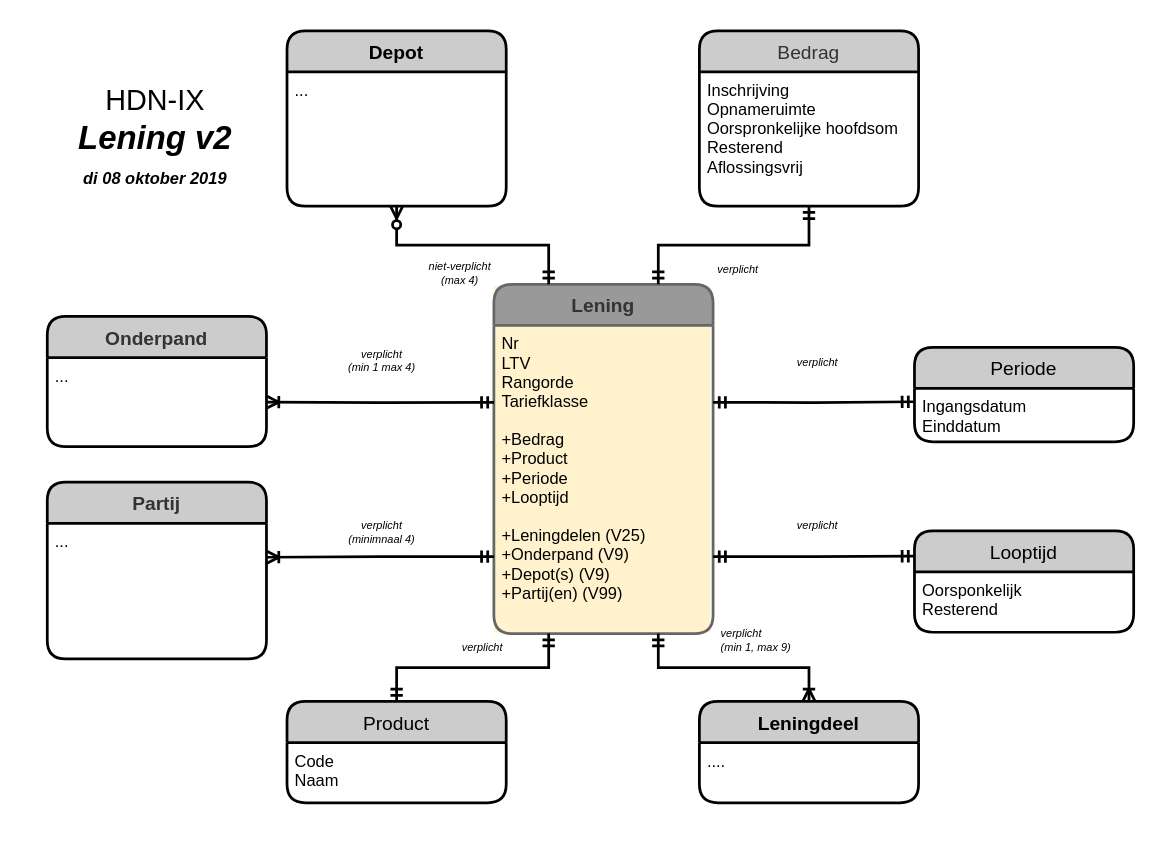
luchthandel/diagrams keeps this draw.io diagram as page "Lening" (5 of 11) of 3rdParty-HDN.drawio. Above is the earlier version. Source tidied: cells renumbered, new cells numbered last; positions are measured from the earlier drawing's top-left corner, leaving out a move shared by most shapes. Both pictures are drawn from the tidied source at 137%, with x=0, y=0 at pixel (45, 30).
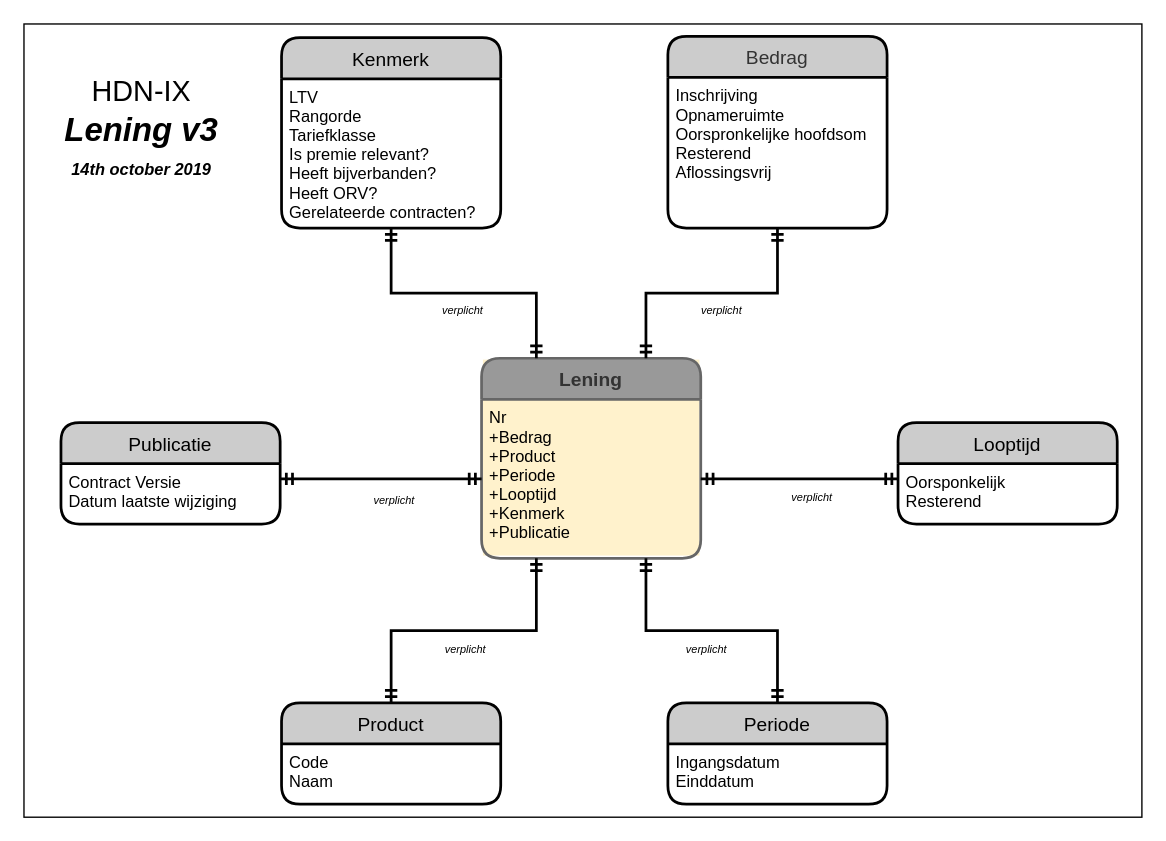
After the change.

The change refers to these unchanged cells:
```xml
<mxCell id="17" value="Oorsponkelijk&#10;Resterend" style="align=left;strokeColor=none;fillColor=none;spacingLeft=4;fontSize=12;verticalAlign=top;" parent="16" vertex="1">
  <mxGeometry y="30" width="160" height="44" as="geometry" />
</mxCell>
```

Change to the diagram source:
```diff
@@
+    <mxCell id="40" style="rounded=0;whiteSpace=wrap;html=1;shadow=0;glass=0;comic=0;fontSize=11;align=center;fillColor=none;" parent="1" vertex="1">
+      <mxGeometry x="-16" y="-5" width="816" height="579" as="geometry" />
+    </mxCell>
     <mxCell id="2" style="rounded=0;whiteSpace=wrap;html=1;dashed=1;fillColor=#fff2cc;strokeColor=none;perimeterSpacing=0;" parent="1" vertex="1">
-      <mxGeometry x="327" y="186" width="158" height="253" as="geometry" />
+      <mxGeometry x="319" y="240" width="158" height="143" as="geometry" />
     </mxCell>
     <mxCell id="3" value="Lening" style="swimlane;horizontal=1;startSize=30;fillColor=#999999;rounded=1;fontSize=14;fontStyle=1;strokeWidth=2;shadow=0;dashed=0;align=center;strokeColor=#666666;fontColor=#333333;" parent="1" vertex="1">
-      <mxGeometry x="327" y="185" width="160" height="255" as="geometry" />
+      <mxGeometry x="318" y="239" width="160" height="146" as="geometry" />
     </mxCell>
-    <mxCell id="4" value="Nr&#10;LTV&#10;Rangorde&#10;Tariefklasse&#10;&#10;+Bedrag&#10;+Product&#10;+Periode&#10;+Looptijd&#10;&#10;+Leningdelen (V25)&#10;+Onderpand (V9)&#10;+Depot(s) (V9)&#10;+Partij(en) (V99)" style="align=left;strokeColor=none;fillColor=none;spacingLeft=4;fontSize=12;verticalAlign=top;" parent="3" vertex="1">
-      <mxGeometry y="30" width="160" height="225" as="geometry" />
+    <mxCell id="4" value="Nr&#10;+Bedrag&#10;+Product&#10;+Periode&#10;+Looptijd&#10;+Kenmerk&#10;+Publicatie&#10;" style="align=left;strokeColor=none;fillColor=none;spacingLeft=4;fontSize=12;verticalAlign=top;" parent="3" vertex="1">
+      <mxGeometry y="30" width="160" height="116" as="geometry" />
     </mxCell>
     <mxCell id="5" value="Product" style="swimlane;horizontal=1;startSize=30;fillColor=#CCCCCC;fontColor=#000000;rounded=1;fontSize=14;fontStyle=0;strokeWidth=2;shadow=0;dashed=0;align=center;strokeColor=#000000;" parent="1" vertex="1">
-      <mxGeometry x="176" y="489.5" width="160" height="74" as="geometry" />
+      <mxGeometry x="172" y="490.5" width="160" height="74" as="geometry" />
     </mxCell>
@@
-    <mxCell id="7" value="Partij" style="swimlane;horizontal=1;startSize=30;fillColor=#CCCCCC;rounded=1;fontSize=14;fontStyle=1;strokeWidth=2;shadow=0;dashed=0;align=center;strokeColor=#000000;fontColor=#333333;" parent="1" vertex="1">
-      <mxGeometry x="1" y="329.5" width="160" height="129" as="geometry" />
-    </mxCell>
-    <mxCell id="8" value="..." style="align=left;strokeColor=none;fillColor=none;spacingLeft=4;fontSize=12;verticalAlign=top;" parent="7" vertex="1">
-      <mxGeometry y="30" width="160" height="99" as="geometry" />
-    </mxCell>
-    <mxCell id="9" style="edgeStyle=orthogonalEdgeStyle;rounded=0;jettySize=auto;html=1;exitX=0;exitY=0.75;exitDx=0;exitDy=0;startArrow=ERmandOne;startFill=0;endArrow=ERoneToMany;endFill=0;strokeWidth=2;fontSize=8;entryX=1;entryY=0.25;entryDx=0;entryDy=0;" parent="1" edge="1" source="4" target="8">
-      <mxGeometry relative="1" as="geometry" />
-    </mxCell>
-    <mxCell id="10" value="Depot" style="swimlane;horizontal=1;startSize=30;fillColor=#CCCCCC;fontColor=#000000;rounded=1;fontSize=14;fontStyle=1;strokeWidth=2;shadow=0;dashed=0;align=center;strokeColor=#000000;" parent="1" vertex="1">
-      <mxGeometry x="176" width="160" height="128" as="geometry" />
-    </mxCell>
-    <mxCell id="11" value="..." style="align=left;strokeColor=none;fillColor=none;spacingLeft=4;fontSize=12;verticalAlign=top;" parent="10" vertex="1">
-      <mxGeometry y="30" width="160" height="98" as="geometry" />
-    </mxCell>
-    <mxCell id="12" value="Onderpand" style="swimlane;horizontal=1;startSize=30;fillColor=#CCCCCC;rounded=1;fontSize=14;fontStyle=1;strokeWidth=2;shadow=0;dashed=0;align=center;strokeColor=#000000;fontColor=#333333;" parent="1" vertex="1">
-      <mxGeometry x="1" y="208.5" width="160" height="95" as="geometry" />
-    </mxCell>
-    <mxCell id="13" value="..." style="align=left;strokeColor=none;fillColor=none;spacingLeft=4;fontSize=12;verticalAlign=top;" parent="12" vertex="1">
-      <mxGeometry y="30" width="160" height="65" as="geometry" />
-    </mxCell>
     <mxCell id="14" value="Periode" style="swimlane;horizontal=1;startSize=30;fillColor=#CCCCCC;fontColor=#000000;rounded=1;fontSize=14;fontStyle=0;strokeWidth=2;shadow=0;dashed=0;align=center;strokeColor=#000000;" parent="1" vertex="1">
-      <mxGeometry x="634" y="231" width="160" height="69" as="geometry" />
+      <mxGeometry x="454" y="490.5" width="160" height="74" as="geometry" />
     </mxCell>
     <mxCell id="15" value="Ingangsdatum&#10;Einddatum" style="align=left;strokeColor=none;fillColor=none;spacingLeft=4;fontSize=12;verticalAlign=top;" parent="14" vertex="1">
-      <mxGeometry y="30" width="160" height="39" as="geometry" />
+      <mxGeometry y="30" width="160" height="44" as="geometry" />
     </mxCell>
     <mxCell id="16" value="Looptijd" style="swimlane;horizontal=1;startSize=30;fillColor=#CCCCCC;fontColor=#000000;rounded=1;fontSize=14;fontStyle=0;strokeWidth=2;shadow=0;dashed=0;align=center;strokeColor=#000000;" parent="1" vertex="1">
-      <mxGeometry x="634" y="365" width="160" height="74" as="geometry" />
+      <mxGeometry x="622" y="286" width="160" height="74" as="geometry" />
     </mxCell>
@@
-    <mxCell id="18" style="edgeStyle=orthogonalEdgeStyle;rounded=0;jettySize=auto;html=1;exitX=1;exitY=0.25;exitDx=0;exitDy=0;entryX=0;entryY=0.25;entryDx=0;entryDy=0;startArrow=ERmandOne;startFill=0;endArrow=ERmandOne;endFill=0;strokeWidth=2;fontSize=8;" parent="1" edge="1" source="4" target="15">
+    <mxCell id="18" style="edgeStyle=orthogonalEdgeStyle;rounded=0;jettySize=auto;html=1;exitX=0.75;exitY=1;exitDx=0;exitDy=0;entryX=0.5;entryY=0;entryDx=0;entryDy=0;startArrow=ERmandOne;startFill=0;endArrow=ERmandOne;endFill=0;strokeWidth=2;fontSize=8;" parent="1" edge="1" source="4" target="14">
       <mxGeometry relative="1" as="geometry" />
     </mxCell>
-    <mxCell id="19" style="edgeStyle=orthogonalEdgeStyle;rounded=0;jettySize=auto;html=1;exitX=1;exitY=0.75;exitDx=0;exitDy=0;entryX=0;entryY=0.25;entryDx=0;entryDy=0;startArrow=ERmandOne;startFill=0;endArrow=ERmandOne;endFill=0;strokeWidth=2;fontSize=8;" parent="1" edge="1" source="4" target="16">
+    <mxCell id="19" style="rounded=0;jettySize=auto;html=1;entryX=0;entryY=0.25;entryDx=0;entryDy=0;startArrow=ERmandOne;startFill=0;endArrow=ERmandOne;endFill=0;strokeWidth=2;fontSize=8;exitX=1;exitY=0.5;exitDx=0;exitDy=0;" parent="1" edge="1" source="4" target="17">
       <mxGeometry relative="1" as="geometry" />
     </mxCell>
-    <mxCell id="20" style="edgeStyle=orthogonalEdgeStyle;rounded=0;jettySize=auto;html=1;exitX=0;exitY=0.25;exitDx=0;exitDy=0;entryX=1;entryY=0.5;entryDx=0;entryDy=0;startArrow=ERmandOne;startFill=0;endArrow=ERoneToMany;endFill=0;strokeWidth=2;fontSize=8;" parent="1" edge="1" source="4" target="13">
-      <mxGeometry relative="1" as="geometry" />
-    </mxCell>
@@
-    <mxCell id="22" style="edgeStyle=orthogonalEdgeStyle;rounded=0;jettySize=auto;html=1;entryX=0.5;entryY=1;entryDx=0;entryDy=0;startArrow=ERmandOne;startFill=0;endArrow=ERzeroToMany;endFill=1;strokeWidth=2;fontSize=8;exitX=0.25;exitY=0;exitDx=0;exitDy=0;" parent="1" edge="1" source="3" target="11">
-      <mxGeometry relative="1" as="geometry" />
-    </mxCell>
-    <mxCell id="23" value="niet-verplicht&lt;br&gt;(max 4)" style="text;html=1;fontStyle=2;fontSize=8;align=center;" parent="1" vertex="1">
-      <mxGeometry x="277" y="161" width="50" height="30" as="geometry" />
-    </mxCell>
-    <mxCell id="24" value="verplicht&lt;br&gt;(minimnaal 4)" style="text;html=1;fontStyle=2;fontSize=8;align=center;" parent="1" vertex="1">
-      <mxGeometry x="220" y="350" width="50" height="30" as="geometry" />
-    </mxCell>
-    <mxCell id="25" value="verplicht&lt;br&gt;(min 1 max 4)" style="text;html=1;fontStyle=2;fontSize=8;align=center;" parent="1" vertex="1">
-      <mxGeometry x="220" y="224.5" width="50" height="30" as="geometry" />
-    </mxCell>
-    <mxCell id="26" value="verplicht" style="text;html=1;fontStyle=2;fontSize=8;align=center;" parent="1" vertex="1">
-      <mxGeometry x="537.5" y="350" width="50" height="30" as="geometry" />
-    </mxCell>
-    <mxCell id="27" value="verplicht" style="text;html=1;fontStyle=2;fontSize=8;align=center;" parent="1" vertex="1">
-      <mxGeometry x="537.5" y="231" width="50" height="30" as="geometry" />
-    </mxCell>
-    <mxCell id="28" value="verplicht" style="text;html=1;fontStyle=2;fontSize=8;" parent="1" vertex="1">
-      <mxGeometry x="302" y="439" width="50" height="30" as="geometry" />
+    <mxCell id="28" value="verplicht" style="text;html=1;fontStyle=2;fontSize=8;align=center;" parent="1" vertex="1">
+      <mxGeometry x="254" y="441" width="104" height="30" as="geometry" />
     </mxCell>
     <mxCell id="29" value="Bedrag" style="swimlane;horizontal=1;startSize=30;fillColor=#CCCCCC;rounded=1;fontSize=14;fontStyle=0;strokeWidth=2;shadow=0;dashed=0;align=center;strokeColor=#000000;fontColor=#333333;" parent="1" vertex="1">
-      <mxGeometry x="477" width="160" height="128" as="geometry" />
+      <mxGeometry x="454" y="4" width="160" height="140" as="geometry" />
     </mxCell>
     <mxCell id="30" value="Inschrijving&#10;Opnameruimte&#10;Oorspronkelijke hoofdsom&#10;Resterend&#10;Aflossingsvrij&#10;" style="align=left;strokeColor=none;fillColor=none;spacingLeft=4;fontSize=12;verticalAlign=top;" parent="29" vertex="1">
-      <mxGeometry y="30" width="160" height="98" as="geometry" />
+      <mxGeometry y="30" width="160" height="110" as="geometry" />
     </mxCell>
@@
-    <mxCell id="32" value="verplicht" style="text;html=1;fontStyle=2;fontSize=8;align=center;" parent="1" vertex="1">
-      <mxGeometry x="480" y="163" width="50" height="30" as="geometry" />
-    </mxCell>
-    <mxCell id="33" value="Leningdeel" style="swimlane;horizontal=1;startSize=30;fillColor=#CCCCCC;fontColor=#000000;rounded=1;fontSize=14;fontStyle=1;strokeWidth=2;shadow=0;dashed=0;align=center;strokeColor=#000000;" parent="1" vertex="1">
-      <mxGeometry x="477" y="489.5" width="160" height="74" as="geometry" />
-    </mxCell>
-    <mxCell id="34" value="...." style="align=left;strokeColor=none;fillColor=none;spacingLeft=4;fontSize=12;verticalAlign=top;" parent="33" vertex="1">
-      <mxGeometry y="30" width="160" height="44" as="geometry" />
-    </mxCell>
-    <mxCell id="35" value="verplicht&lt;br&gt;(min 1, max 9)" style="text;html=1;fontStyle=2;fontSize=8;" parent="1" vertex="1">
-      <mxGeometry x="491.3" y="428.5" width="50" height="30" as="geometry" />
-    </mxCell>
-    <mxCell id="36" style="edgeStyle=orthogonalEdgeStyle;rounded=0;jettySize=auto;html=1;exitX=0.75;exitY=1;exitDx=0;exitDy=0;entryX=0.5;entryY=0;entryDx=0;entryDy=0;startArrow=ERmandOne;startFill=0;endArrow=ERoneToMany;endFill=0;strokeWidth=2;fontSize=8;" parent="1" edge="1" source="4" target="33">
-      <mxGeometry relative="1" as="geometry" />
-    </mxCell>
     <mxCell id="37" style="group;" parent="1" vertex="1">
-      <mxGeometry y="11" width="160" height="106" as="geometry" />
+      <mxGeometry x="-3.5" y="5" width="146" height="106" as="geometry" />
     </mxCell>
-    <mxCell id="38" value="&lt;font style=&quot;font-size: 21px&quot;&gt;HDN-IX&lt;/font&gt;&lt;b style=&quot;font-size: 24px ; font-style: italic&quot;&gt; &lt;br&gt;Lening v2&lt;/b&gt;" style="text;html=1;strokeColor=none;fillColor=none;align=center;verticalAlign=middle;whiteSpace=wrap;rounded=0;" parent="37" vertex="1">
-      <mxGeometry width="160" height="106" as="geometry" />
+    <mxCell id="38" value="&lt;font style=&quot;font-size: 21px&quot;&gt;HDN-IX&lt;/font&gt;&lt;b style=&quot;font-size: 24px ; font-style: italic&quot;&gt; &lt;br&gt;Lening v3&lt;/b&gt;" style="text;html=1;strokeColor=none;fillColor=none;align=center;verticalAlign=middle;whiteSpace=wrap;rounded=0;" parent="37" vertex="1">
+      <mxGeometry width="146" height="106" as="geometry" />
     </mxCell>
-    <mxCell id="39" value="&lt;font&gt;&lt;b&gt;&lt;i&gt;di 08 oktober 2019&lt;/i&gt;&lt;/b&gt;&lt;br&gt;&lt;/font&gt;" style="text;html=1;strokeColor=none;fillColor=none;align=center;verticalAlign=middle;whiteSpace=wrap;rounded=0;" parent="37" vertex="1">
-      <mxGeometry x="10" y="87" width="140" height="19" as="geometry" />
+    <mxCell id="39" value="&lt;font&gt;&lt;b&gt;&lt;i&gt;14th october 2019&lt;/i&gt;&lt;/b&gt;&lt;br&gt;&lt;/font&gt;" style="text;html=1;strokeColor=none;fillColor=none;align=center;verticalAlign=middle;whiteSpace=wrap;rounded=0;" parent="37" vertex="1">
+      <mxGeometry x="9.1" y="87" width="127.8" height="19" as="geometry" />
     </mxCell>
+    <mxCell id="41" value="Kenmerk" style="swimlane;horizontal=1;startSize=30;fillColor=#CCCCCC;fontColor=#000000;rounded=1;fontSize=14;fontStyle=0;strokeWidth=2;shadow=0;dashed=0;align=center;strokeColor=#000000;" parent="1" vertex="1">
+      <mxGeometry x="172" y="5" width="160" height="139" as="geometry" />
+    </mxCell>
+    <mxCell id="42" value="LTV&#10;Rangorde&#10;Tariefklasse&#10;Is premie relevant?&#10;Heeft bijverbanden?&#10;Heeft ORV?&#10;Gerelateerde contracten?" style="align=left;strokeColor=none;fillColor=none;spacingLeft=4;fontSize=12;verticalAlign=top;" parent="41" vertex="1">
+      <mxGeometry y="30" width="160" height="109" as="geometry" />
+    </mxCell>
+    <mxCell id="43" style="edgeStyle=orthogonalEdgeStyle;rounded=0;jettySize=auto;html=1;exitX=0.25;exitY=0;exitDx=0;exitDy=0;entryX=0.5;entryY=1;entryDx=0;entryDy=0;startArrow=ERmandOne;startFill=0;endArrow=ERmandOne;endFill=0;strokeWidth=2;fontSize=8;" parent="1" edge="1" source="3" target="42">
+      <mxGeometry relative="1" as="geometry" />
+    </mxCell>
+    <mxCell id="44" value="Publicatie" style="swimlane;horizontal=1;startSize=30;fillColor=#CCCCCC;fontColor=#000000;rounded=1;fontSize=14;fontStyle=0;strokeWidth=2;shadow=0;dashed=0;align=center;strokeColor=#000000;" parent="1" vertex="1">
+      <mxGeometry x="11" y="286" width="160" height="74" as="geometry" />
+    </mxCell>
+    <mxCell id="45" value="Contract Versie&#10;Datum laatste wijziging" style="align=left;strokeColor=none;fillColor=none;spacingLeft=4;fontSize=12;verticalAlign=top;" parent="44" vertex="1">
+      <mxGeometry y="30" width="160" height="44" as="geometry" />
+    </mxCell>
+    <mxCell id="46" style="rounded=0;jettySize=auto;html=1;entryX=1;entryY=0.25;entryDx=0;entryDy=0;startArrow=ERmandOne;startFill=0;endArrow=ERmandOne;endFill=0;strokeWidth=2;fontSize=8;exitX=0;exitY=0.5;exitDx=0;exitDy=0;" parent="1" edge="1" source="4" target="45">
+      <mxGeometry relative="1" as="geometry" />
+    </mxCell>
+    <mxCell id="47" value="verplicht" style="text;html=1;fontStyle=2;fontSize=8;align=center;" parent="1" vertex="1">
+      <mxGeometry x="172" y="332" width="163" height="30" as="geometry" />
+    </mxCell>
+    <mxCell id="48" value="verplicht" style="text;html=1;fontStyle=2;fontSize=8;align=center;" parent="1" vertex="1">
+      <mxGeometry x="493" y="330" width="132" height="30" as="geometry" />
+    </mxCell>
+    <mxCell id="49" value="verplicht" style="text;html=1;fontStyle=2;fontSize=8;align=center;" parent="1" vertex="1">
+      <mxGeometry x="430" y="441" width="104" height="30" as="geometry" />
+    </mxCell>
+    <mxCell id="50" value="verplicht" style="text;html=1;fontStyle=2;fontSize=8;align=center;" parent="1" vertex="1">
+      <mxGeometry x="441" y="193" width="104" height="30" as="geometry" />
+    </mxCell>
+    <mxCell id="51" value="verplicht" style="text;html=1;fontStyle=2;fontSize=8;align=center;" parent="1" vertex="1">
+      <mxGeometry x="252" y="193" width="104" height="30" as="geometry" />
+    </mxCell>
```
